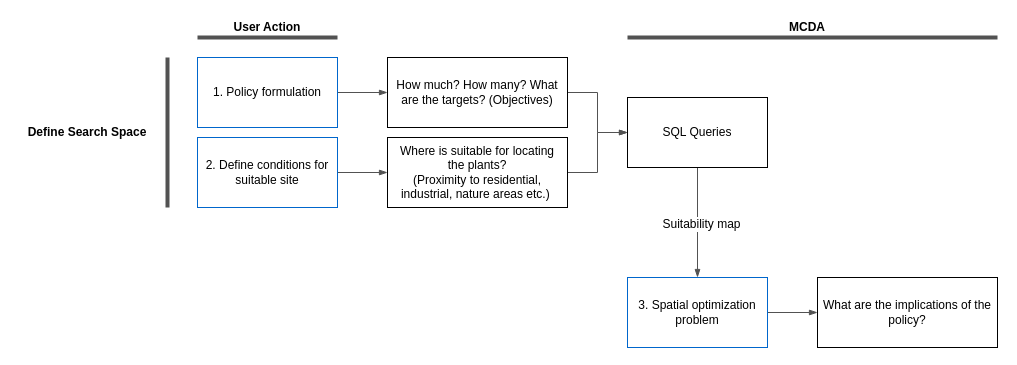
Above: diagrams/pf.drawio in springonions-87/bioze_digital_mapping_tool (draw.io), before the change. Source tidied: cells renumbered, new cells numbered last; positions are measured from the earlier drawing's top-left corner, leaving out a move shared by most shapes. Both pictures are drawn from the tidied source at 100%, with x=0, y=0 at pixel (17, 17).
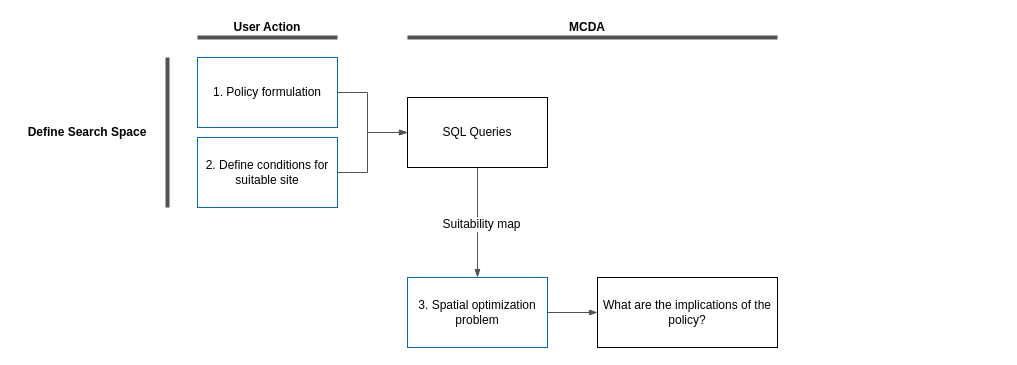
After the change.

Unchanged cells that the change refers to:
```xml
<mxCell id="3" value="1. Policy formulation" style="text;html=1;align=center;verticalAlign=middle;whiteSpace=wrap;rounded=0;strokeColor=#0066CC;spacingLeft=2;spacingRight=2;" parent="1" vertex="1">
  <mxGeometry x="180" y="40" width="140" height="70" as="geometry" />
</mxCell>
<mxCell id="5" value="2. Define conditions for suitable site" style="text;html=1;align=center;verticalAlign=middle;whiteSpace=wrap;rounded=0;strokeColor=#0066CC;spacingLeft=2;spacingRight=2;" parent="1" vertex="1">
  <mxGeometry x="180" y="120" width="140" height="70" as="geometry" />
</mxCell>
```

Change to the diagram source:
```diff
@@
-    <mxCell id="2" style="edgeStyle=none;html=1;strokeColor=#525252;strokeWidth=1;endArrow=blockThin;endFill=1;" parent="1" edge="1" source="3" target="8">
-      <mxGeometry relative="1" as="geometry" />
-    </mxCell>
@@
-    <mxCell id="4" style="edgeStyle=none;html=1;strokeColor=#525252;strokeWidth=1;endArrow=blockThin;endFill=1;" parent="1" edge="1" source="5" target="10">
-      <mxGeometry relative="1" as="geometry" />
-    </mxCell>
@@
-    <mxCell id="7" style="edgeStyle=orthogonalEdgeStyle;html=1;strokeColor=#525252;strokeWidth=1;endArrow=blockThin;endFill=1;rounded=0;" parent="1" edge="1" source="8" target="15">
-      <mxGeometry relative="1" as="geometry" />
+    <mxCell id="7" style="edgeStyle=orthogonalEdgeStyle;html=1;strokeColor=#525252;strokeWidth=1;endArrow=blockThin;endFill=1;rounded=0;" parent="1" edge="1" source="3" target="15">
+      <mxGeometry relative="1" as="geometry">
+        <Array as="points">
+          <mxPoint x="350" y="75" />
+          <mxPoint x="350" y="115" />
+        </Array>
+      </mxGeometry>
     </mxCell>
-    <mxCell id="8" value="How much? How many? What are the targets? (Objectives)" style="text;html=1;align=center;verticalAlign=middle;whiteSpace=wrap;rounded=0;strokeColor=default;spacingLeft=2;spacingRight=2;" parent="1" vertex="1">
-      <mxGeometry x="370" y="40" width="180" height="70" as="geometry" />
-    </mxCell>
-    <mxCell id="9" style="edgeStyle=orthogonalEdgeStyle;html=1;strokeColor=#525252;strokeWidth=1;endArrow=blockThin;endFill=1;rounded=0;" parent="1" edge="1" source="10" target="15">
+    <mxCell id="9" style="edgeStyle=orthogonalEdgeStyle;html=1;strokeColor=#525252;strokeWidth=1;endArrow=blockThin;endFill=1;rounded=0;" parent="1" edge="1" source="5" target="15">
       <mxGeometry relative="1" as="geometry">
         <Array as="points">
-          <mxPoint x="580" y="155" />
-          <mxPoint x="580" y="115" />
+          <mxPoint x="350" y="155" />
+          <mxPoint x="350" y="115" />
         </Array>
       </mxGeometry>
     </mxCell>
-    <mxCell id="10" value="Where is suitable for locating the plants?&lt;br&gt;(Proximity to residential, industrial, nature areas etc.)&amp;nbsp;" style="text;html=1;align=center;verticalAlign=middle;whiteSpace=wrap;rounded=0;strokeColor=default;spacingLeft=2;spacingRight=2;" parent="1" vertex="1">
-      <mxGeometry x="370" y="120" width="180" height="70" as="geometry" />
-    </mxCell>
@@
     <mxCell id="12" value="3. Spatial optimization problem" style="text;html=1;align=center;verticalAlign=middle;whiteSpace=wrap;rounded=0;strokeColor=#0066CC;spacingLeft=2;spacingRight=2;" parent="1" vertex="1">
-      <mxGeometry x="610" y="260" width="140" height="70" as="geometry" />
+      <mxGeometry x="390" y="260" width="140" height="70" as="geometry" />
     </mxCell>
@@
     <mxCell id="15" value="SQL Queries" style="text;html=1;align=center;verticalAlign=middle;whiteSpace=wrap;rounded=0;strokeColor=default;spacingLeft=2;spacingRight=2;" parent="1" vertex="1">
-      <mxGeometry x="610" y="80" width="140" height="70" as="geometry" />
+      <mxGeometry x="390" y="80" width="140" height="70" as="geometry" />
     </mxCell>
     <mxCell id="16" value="What are the implications of the policy?" style="text;html=1;align=center;verticalAlign=middle;whiteSpace=wrap;rounded=0;strokeColor=default;spacingLeft=2;spacingRight=2;" parent="1" vertex="1">
-      <mxGeometry x="800" y="260" width="180" height="70" as="geometry" />
+      <mxGeometry x="580" y="260" width="180" height="70" as="geometry" />
     </mxCell>
@@
     <mxCell id="20" style="endArrow=none;html=1;strokeWidth=4;strokeColor=#525252;" parent="1" edge="1">
       <mxGeometry relative="1" as="geometry">
-        <mxPoint x="610" y="20" as="sourcePoint" />
-        <mxPoint x="980" y="20" as="targetPoint" />
+        <mxPoint x="390" y="20" as="sourcePoint" />
+        <mxPoint x="760" y="20" as="targetPoint" />
       </mxGeometry>
     </mxCell>
     <mxCell id="21" value="MCDA" style="text;html=1;align=center;verticalAlign=middle;whiteSpace=wrap;rounded=0;strokeColor=none;spacingLeft=2;spacingRight=2;fontStyle=1;" parent="1" vertex="1">
-      <mxGeometry x="650" width="280" height="20" as="geometry" />
+      <mxGeometry x="430" width="280" height="20" as="geometry" />
     </mxCell>
```
